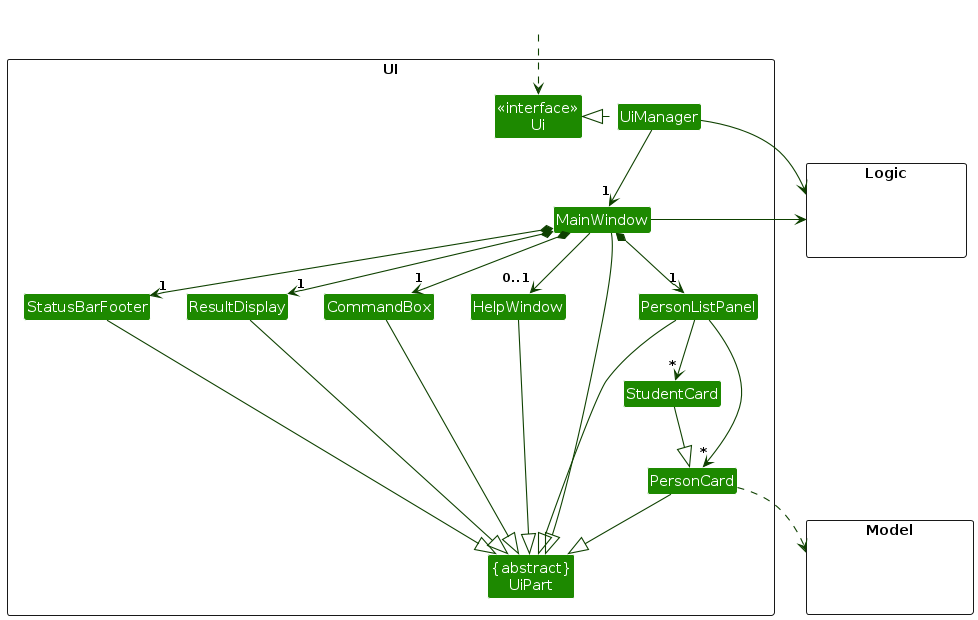
AY2425-CS2103T-T09-4/tp keeps this PlantUML diagram as diagrams/UiClassDiagram.png. Above is the earlier version. Its source is kept beside it as diagrams/UiClassDiagram.puml.
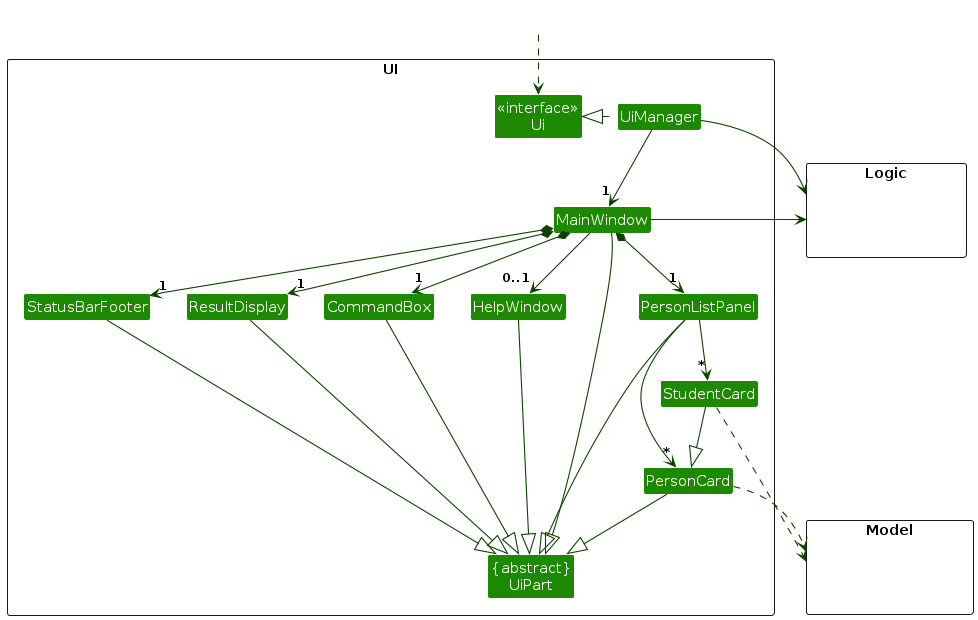
Later version of the same file.

What changed in the source:
```diff
@@ -51,6 +51,7 @@
 HelpWindow --|> UiPart
 
 PersonCard ..> Model
+StudentCard ..> Model
 UiManager -right-> Logic
 MainWindow -left-> Logic
 
```
